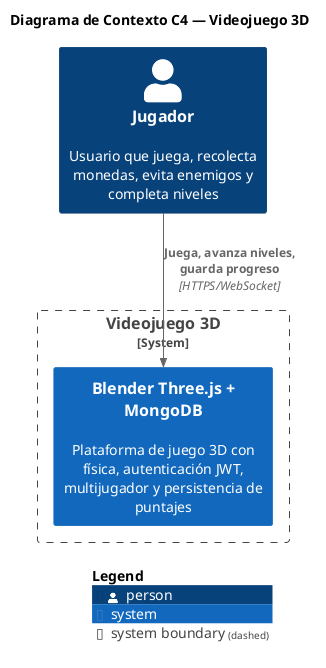
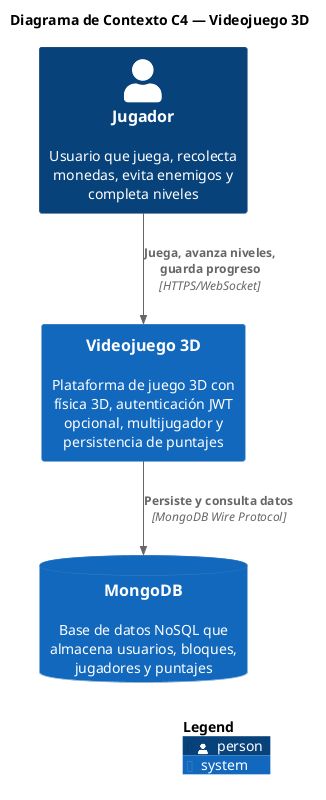
@startuml C4_Context
!include <C4/C4_Context.puml>

LAYOUT_WITH_LEGEND()

title Diagrama de Contexto C4 — Videojuego 3D

Person(player, "Jugador", "Usuario que juega, recolecta monedas, evita enemigos y completa niveles")

- System_Boundary(game, "Videojuego 3D") {
-   System(game_sys, "Blender Three.js + MongoDB", "Plataforma de juego 3D con física, autenticación JWT, multijugador y persistencia de puntajes")
- }
+ System(game_sys, "Videojuego 3D", "Plataforma de juego 3D con física 3D, autenticación JWT opcional, multijugador y persistencia de puntajes")
+ 
+ SystemDb(mongodb, "MongoDB", "Base de datos NoSQL que almacena usuarios, bloques, jugadores y puntajes")

Rel(player, game_sys, "Juega, avanza niveles, guarda progreso", "HTTPS/WebSocket")
+ Rel(game_sys, mongodb, "Persiste y consulta datos", "MongoDB Wire Protocol")

SHOW_LEGEND()

@enduml
